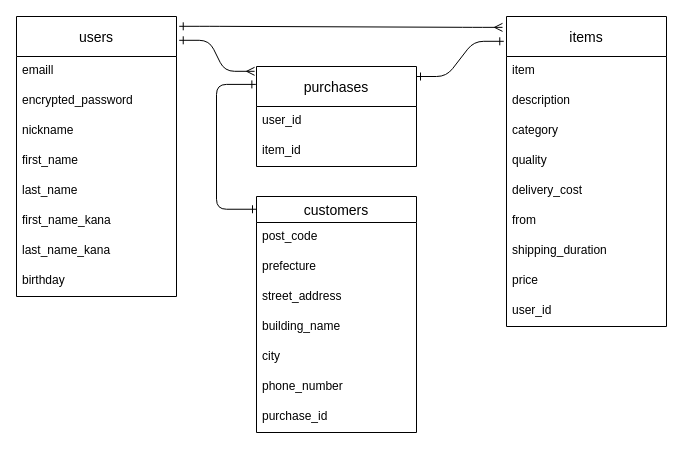
This is furima.dio from musasabi23/furima-39920, a draw.io file, before an edit. Source tidied: cells renumbered, new cells numbered last; positions are measured from the earlier drawing's top-left corner, leaving out a move shared by most shapes. Both pictures are drawn from the tidied source at 100%, with x=0, y=0 at pixel (16, 16).
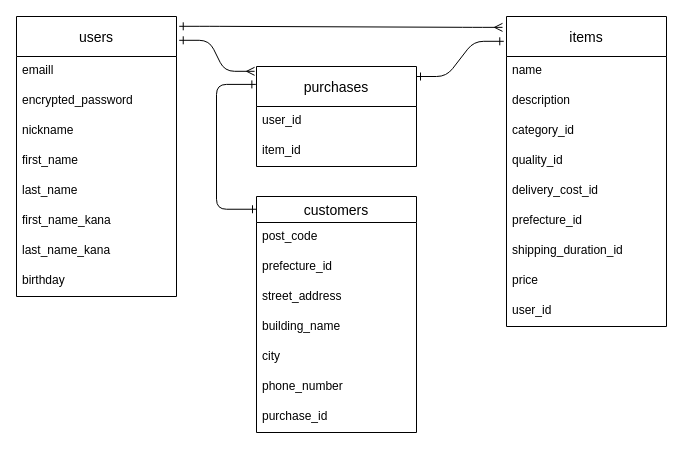
After the change.

Commit message (it also covers changes not shown here):
データベース設計修正

Unchanged cells that the change refers to:
```xml
<mxCell id="11" value="items" style="swimlane;fontStyle=0;horizontal=1;startSize=40;align=center;fontSize=14;" parent="1" vertex="1">
  <mxGeometry x="490" width="160" height="310" as="geometry" />
</mxCell>
<mxCell id="27" value="customers" style="swimlane;fontStyle=0;horizontal=1;startSize=26;align=center;fontSize=14;" parent="1" vertex="1">
  <mxGeometry x="240" y="180" width="160" height="236" as="geometry" />
</mxCell>
```

The edit, as a diff of the source:
```diff
@@
-    <mxCell id="12" value="item" style="text;strokeColor=none;fillColor=none;spacingLeft=4;spacingRight=4;overflow=hidden;fontSize=12;" parent="11" vertex="1">
+    <mxCell id="12" value="name" style="text;strokeColor=none;fillColor=none;spacingLeft=4;spacingRight=4;overflow=hidden;fontSize=12;" parent="11" vertex="1">
       <mxGeometry y="40" width="160" height="30" as="geometry" />
     </mxCell>
@@
-    <mxCell id="14" value="category&#10;&#10;&#10;" style="text;strokeColor=none;fillColor=none;spacingLeft=4;spacingRight=4;overflow=hidden;fontSize=12;" parent="11" vertex="1">
+    <mxCell id="14" value="category_id&#10;&#10;&#10;" style="text;strokeColor=none;fillColor=none;spacingLeft=4;spacingRight=4;overflow=hidden;fontSize=12;" parent="11" vertex="1">
       <mxGeometry y="100" width="160" height="30" as="geometry" />
     </mxCell>
-    <mxCell id="15" value="quality" style="text;strokeColor=none;fillColor=none;spacingLeft=4;spacingRight=4;overflow=hidden;fontSize=12;" parent="11" vertex="1">
+    <mxCell id="15" value="quality_id" style="text;strokeColor=none;fillColor=none;spacingLeft=4;spacingRight=4;overflow=hidden;fontSize=12;" parent="11" vertex="1">
       <mxGeometry y="130" width="160" height="30" as="geometry" />
     </mxCell>
-    <mxCell id="16" value="delivery_cost" style="text;strokeColor=none;fillColor=none;spacingLeft=4;spacingRight=4;overflow=hidden;fontSize=12;" parent="11" vertex="1">
+    <mxCell id="16" value="delivery_cost_id" style="text;strokeColor=none;fillColor=none;spacingLeft=4;spacingRight=4;overflow=hidden;fontSize=12;" parent="11" vertex="1">
       <mxGeometry y="160" width="160" height="30" as="geometry" />
     </mxCell>
-    <mxCell id="17" value="from" style="text;strokeColor=none;fillColor=none;spacingLeft=4;spacingRight=4;overflow=hidden;fontSize=12;" parent="11" vertex="1">
+    <mxCell id="17" value="prefecture_id" style="text;strokeColor=none;fillColor=none;spacingLeft=4;spacingRight=4;overflow=hidden;fontSize=12;" parent="11" vertex="1">
       <mxGeometry y="190" width="160" height="30" as="geometry" />
     </mxCell>
-    <mxCell id="18" value="shipping_duration" style="text;strokeColor=none;fillColor=none;spacingLeft=4;spacingRight=4;overflow=hidden;fontSize=12;" parent="11" vertex="1">
+    <mxCell id="18" value="shipping_duration_id" style="text;strokeColor=none;fillColor=none;spacingLeft=4;spacingRight=4;overflow=hidden;fontSize=12;" parent="11" vertex="1">
       <mxGeometry y="220" width="160" height="30" as="geometry" />
     </mxCell>
@@
-    <mxCell id="29" value="prefecture " style="text;strokeColor=none;fillColor=none;spacingLeft=4;spacingRight=4;overflow=hidden;fontSize=12;" parent="27" vertex="1">
+    <mxCell id="29" value="prefecture_id " style="text;strokeColor=none;fillColor=none;spacingLeft=4;spacingRight=4;overflow=hidden;fontSize=12;" parent="27" vertex="1">
       <mxGeometry y="56" width="160" height="30" as="geometry" />
     </mxCell>
```
